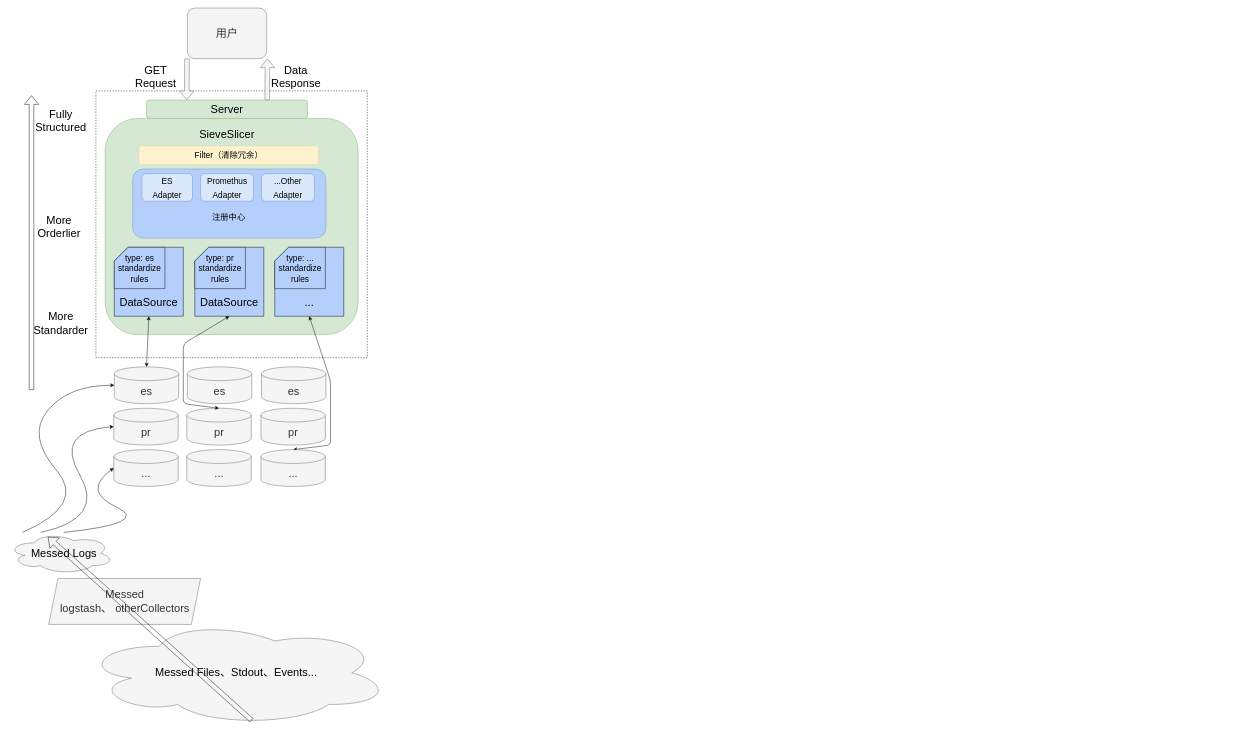
This is SieveSlicer.drawio from SevDaisy/draw-io-lib, a draw.io file, before an edit. Source tidied: cells renumbered, new cells numbered last; positions are measured from the earlier drawing's top-left corner, leaving out a move shared by most shapes. Both pictures are drawn from the tidied source at 46%, with x=0, y=0 at pixel (8, 8).
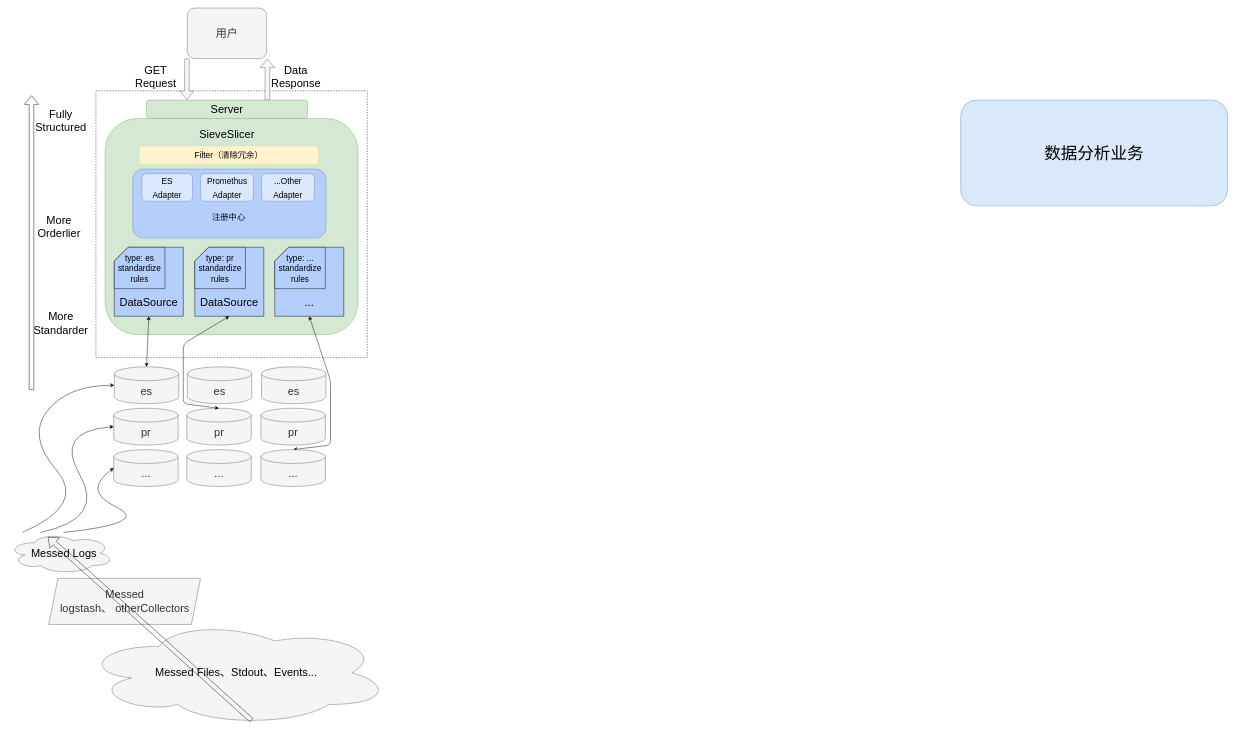
The same page after the edit.

Diff of the diagram source:
```diff
@@
+    <mxCell id="62" value="&lt;font style=&quot;font-size: 36px;&quot;&gt;数据分析业务&lt;/font&gt;" style="rounded=1;whiteSpace=wrap;html=1;fillColor=#dae8fc;strokeColor=#6c8ebf;" parent="1" vertex="1">
+      <mxGeometry x="2071" y="200" width="580" height="230" as="geometry" />
+    </mxCell>
```
